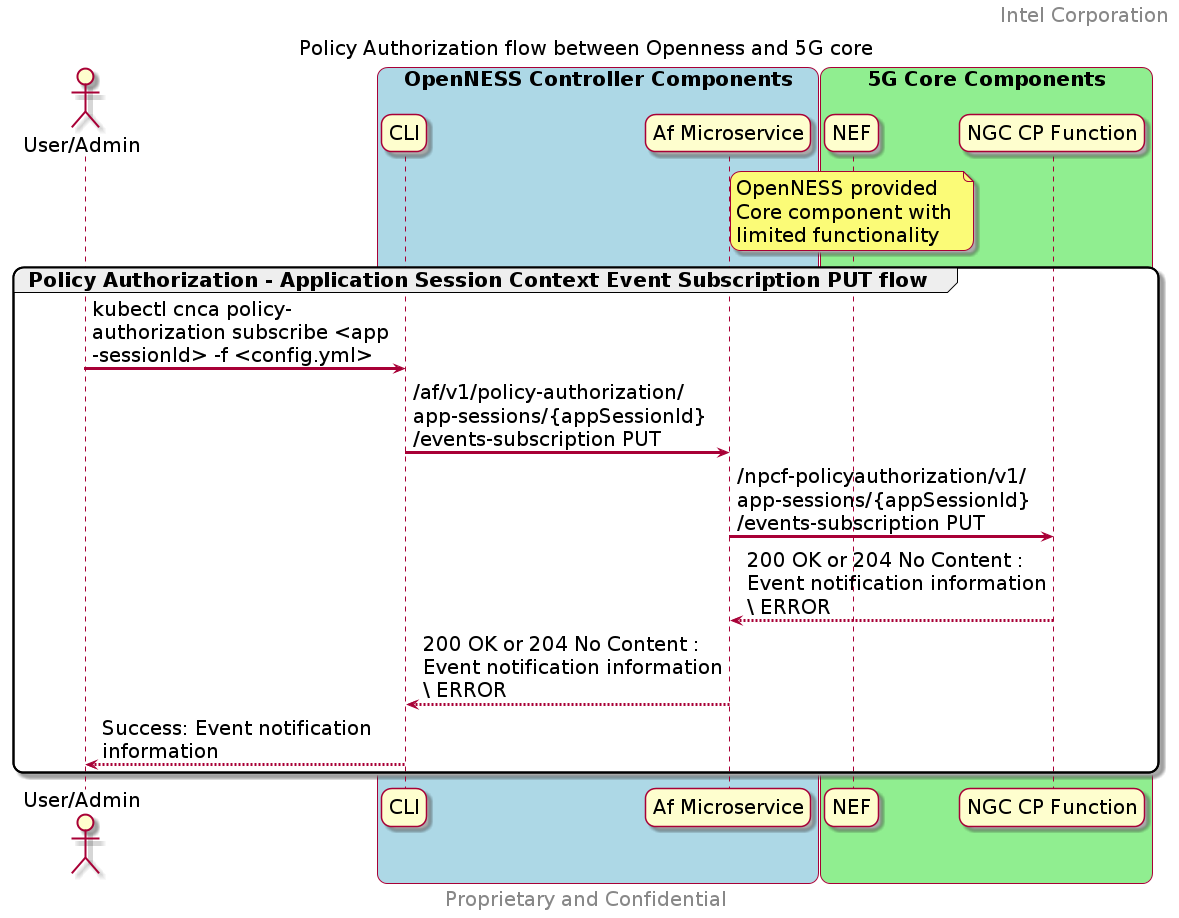
Earlier version of the PlantUML export doc/core-network/ngc-images/AF_Policy_Authorization_event_subscription_put.png (smart-edge-open/ido-specs). The source it was exported from:
```plantuml
@startuml
skinparam monochrome false
skinparam roundcorner 20
skinparam defaultFontName "Intel Clear"
skinparam defaultFontSize 20
skinparam maxmessagesize 300
skinparam sequenceArrowThickness 3

header Intel Corporation
footer Proprietary and Confidential

title Policy Authorization flow between Openness and 5G core


actor "User/Admin" as user
participant "CLI" as CLI
participant "Af Microservice" as AF
participant "NEF" as NEF
participant "NGC CP Function" as 5GC

box "OpenNESS Controller Components" #LightBlue
	participant CLI
    participant AF
end box

box "5G Core Components" #LightGreen
	participant NEF
    participant 5GC
    note over NEF
        OpenNESS provided
        Core component with
        limited functionality
    end note
end box

group Policy Authorization - Application Session Context Event Subscription PUT flow
    user -> CLI : kubectl cnca policy-authorization subscribe <app-sessionId> -f <config.yml>
    CLI -> AF : /af/v1/policy-authorization/app-sessions/{appSessionId}/events-subscription PUT
    AF -> 5GC : /npcf-policyauthorization/v1/app-sessions/{appSessionId}/events-subscription PUT

    5GC --> AF : 200 OK or 204 No Content : Event notification information \ ERROR
    AF --> CLI : 200 OK or 204 No Content : Event notification information\ ERROR
    CLI --> user : Success: Event notification information
end
@enduml
```
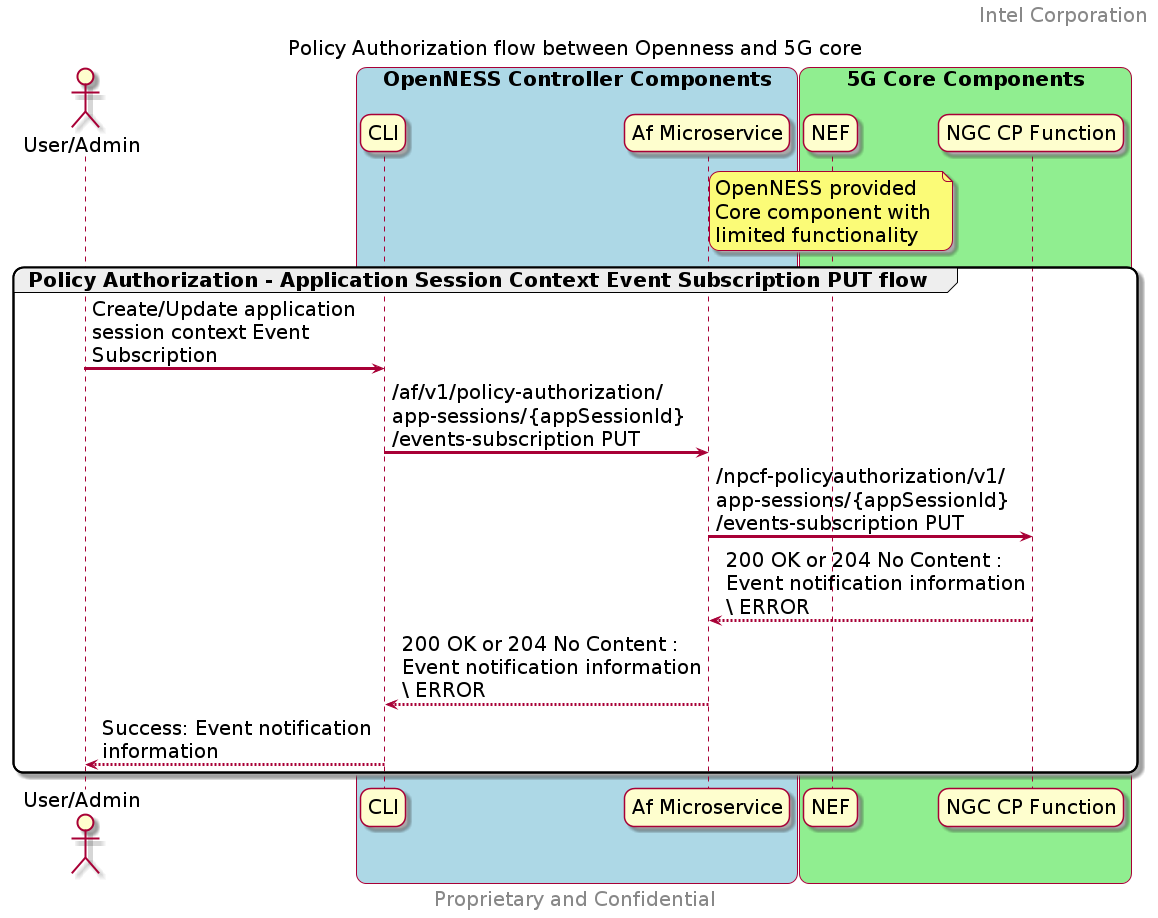
The same file after the commit.

Change to the diagram source:
```diff
@@ -34,7 +34,7 @@
 end box
 
 group Policy Authorization - Application Session Context Event Subscription PUT flow
-    user -> CLI : kubectl cnca policy-authorization subscribe <app-sessionId> -f <config.yml>
+    user -> CLI : Create/Update application session context Event Subscription
     CLI -> AF : /af/v1/policy-authorization/app-sessions/{appSessionId}/events-subscription PUT
     AF -> 5GC : /npcf-policyauthorization/v1/app-sessions/{appSessionId}/events-subscription PUT
 
```
